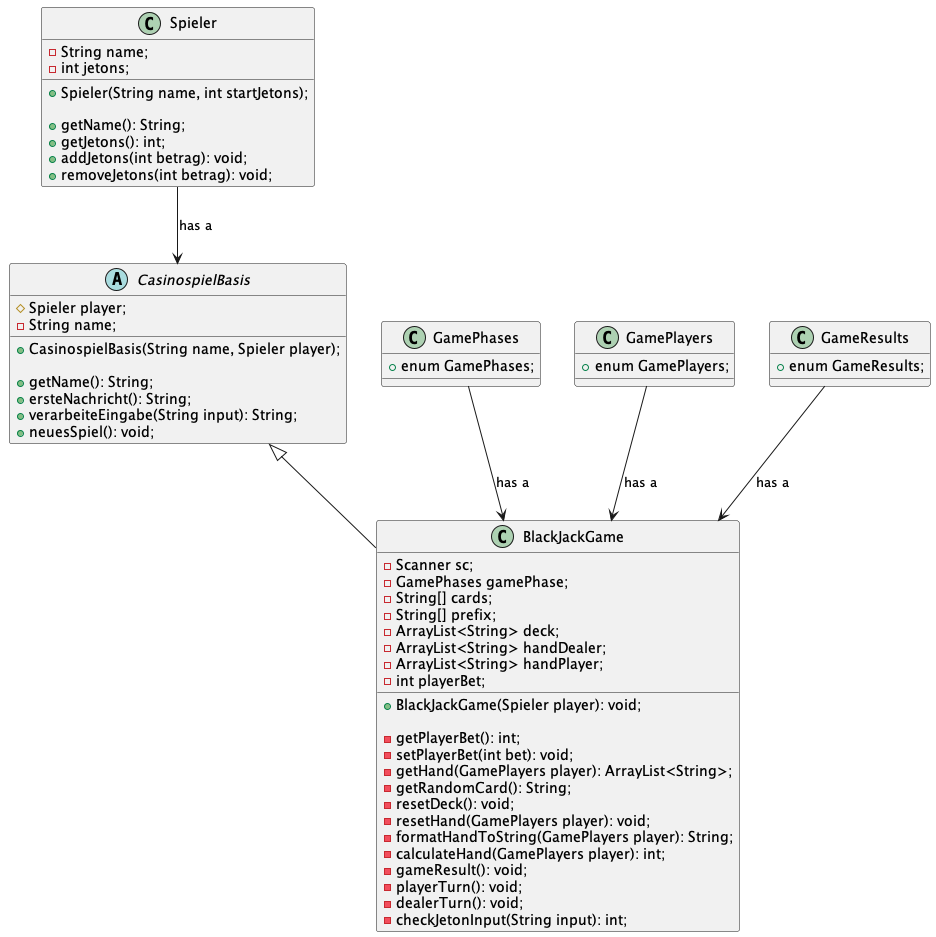
Earlier version of the PlantUML export out/UML-Diagramm/UML/BlackJack.png (Henrik-basecom/casino-black-jack).
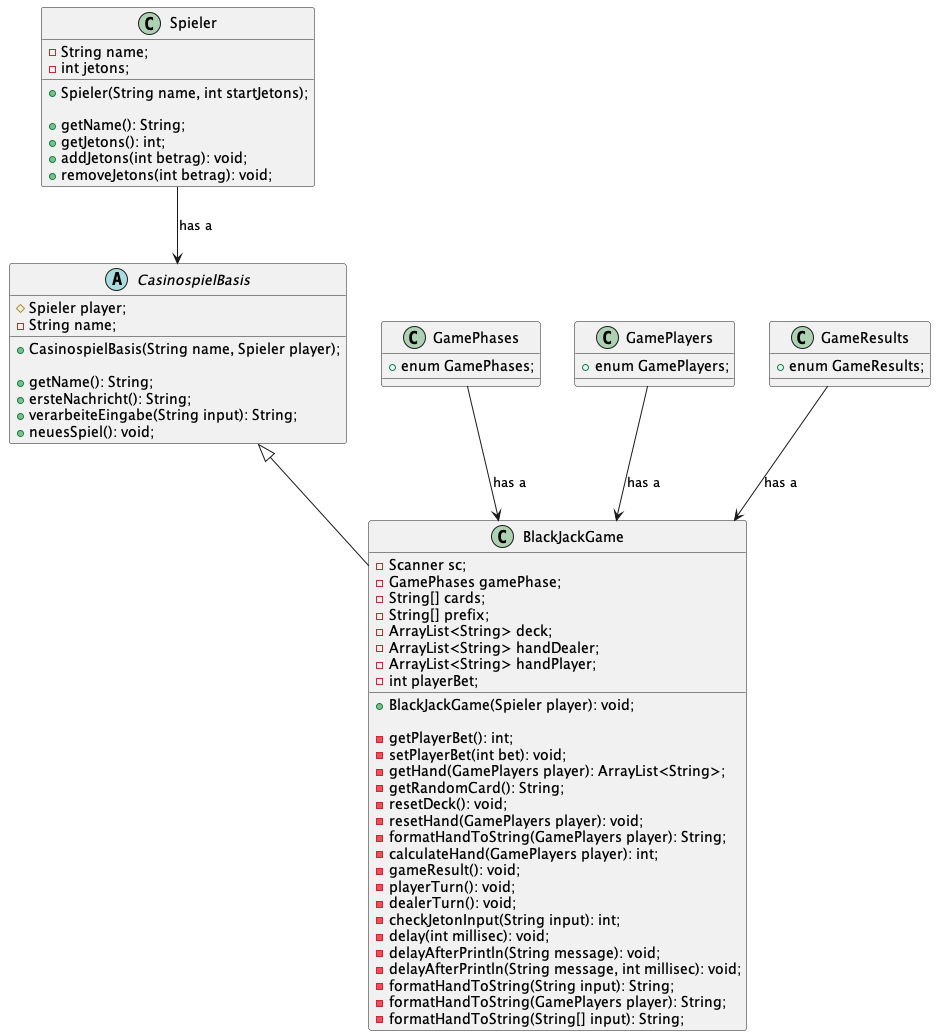
After the change.

Commit message:
[henrik] fix uml diagram

Change to the diagram source:
```diff
@@ -48,6 +48,12 @@
     - playerTurn(): void;
     - dealerTurn(): void;
     - checkJetonInput(String input): int;
+    - delay(int millisec): void;
+    - delayAfterPrintln(String message): void;
+    - delayAfterPrintln(String message, int millisec): void;
+    - formatHandToString(String input): String;
+    - formatHandToString(GamePlayers player): String;
+    - formatHandToString(String[] input): String;
 }
 
 class GamePhases {
```
